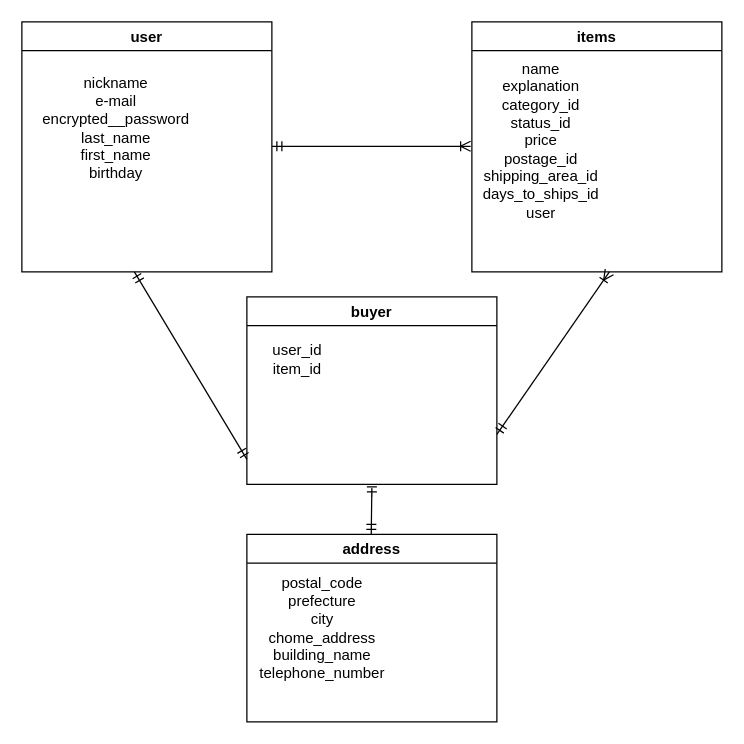
The draw.io diagram DB.dio in Tokuzo4/furima-37165, before the edit. Source tidied: cells renumbered, new cells numbered last; positions are measured from the earlier drawing's top-left corner, leaving out a move shared by most shapes. Both pictures are drawn from the tidied source at 125%, with x=0, y=0 at pixel (21, 21).
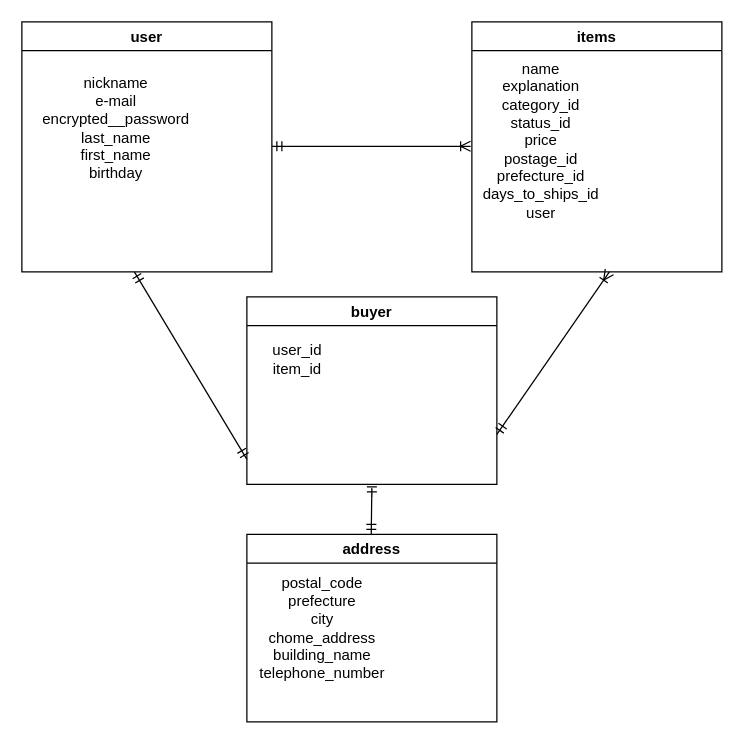
After the change.

Change to the diagram source:
```diff
@@
 <mxGraphModel>
   <root>
     <mxCell id="0" />
     <mxCell id="1" parent="0" />
     <mxCell id="2" value="user" style="swimlane;" parent="1" vertex="1">
       <mxGeometry width="200" height="200" as="geometry" />
     </mxCell>
     <mxCell id="3" value="nickname&lt;br&gt;e-mail&lt;br&gt;encrypted__password&lt;br&gt;last_name&lt;br&gt;first_name&lt;br&gt;birthday" style="text;html=1;align=center;verticalAlign=middle;fillColor=none;strokeColor=none;rounded=0;" parent="2" vertex="1">
       <mxGeometry x="10" y="40" width="130" height="90" as="geometry" />
     </mxCell>
     <mxCell id="4" value="items" style="swimlane;" parent="1" vertex="1">
       <mxGeometry x="360" width="200" height="200" as="geometry" />
     </mxCell>
-    <mxCell id="5" value="name&lt;br&gt;explanation&lt;br&gt;category_id&lt;br&gt;status_id&lt;br&gt;price&lt;br&gt;postage_id&lt;br&gt;shipping_area_id&lt;br&gt;days_to_ships_id&lt;br&gt;user" style="text;html=1;align=center;verticalAlign=middle;fillColor=none;strokeColor=none;rounded=0;" parent="4" vertex="1">
+    <mxCell id="5" value="name&lt;br&gt;explanation&lt;br&gt;category_id&lt;br&gt;status_id&lt;br&gt;price&lt;br&gt;postage_id&lt;br&gt;prefecture_id&lt;br&gt;days_to_ships_id&lt;br&gt;user" style="text;html=1;align=center;verticalAlign=middle;fillColor=none;strokeColor=none;rounded=0;" parent="4" vertex="1">
       <mxGeometry y="30" width="110" height="130" as="geometry" />
     </mxCell>
     <mxCell id="6" style="edgeStyle=entityRelationEdgeStyle;fontSize=12;html=1;endArrow=ERoneToMany;startArrow=ERmandOne;" parent="1" edge="1">
       <mxGeometry relative="1" as="geometry">
         <mxPoint x="200" y="99.5" as="sourcePoint" />
         <mxPoint x="359" y="99.5" as="targetPoint" />
       </mxGeometry>
     </mxCell>
     <mxCell id="7" value="buyer" style="swimlane;" parent="1" vertex="1">
       <mxGeometry x="180" y="220" width="200" height="150" as="geometry" />
     </mxCell>
     <mxCell id="8" value="user_id&lt;br&gt;item_id" style="text;html=1;align=center;verticalAlign=middle;fillColor=none;strokeColor=none;rounded=0;" parent="7" vertex="1">
       <mxGeometry x="15" y="35" width="50" height="30" as="geometry" />
     </mxCell>
     <mxCell id="9" style="fontSize=12;html=1;endArrow=ERoneToMany;startArrow=ERmandOne;" parent="1" edge="1">
       <mxGeometry relative="1" as="geometry">
         <mxPoint x="380" y="330" as="sourcePoint" />
         <mxPoint x="470" y="200" as="targetPoint" />
       </mxGeometry>
     </mxCell>
     <mxCell id="10" style="fontSize=12;html=1;endArrow=ERmandOne;startArrow=ERmandOne;" parent="1" edge="1">
       <mxGeometry relative="1" as="geometry">
         <mxPoint x="180" y="350" as="sourcePoint" />
         <mxPoint x="90" y="200" as="targetPoint" />
       </mxGeometry>
     </mxCell>
     <mxCell id="11" value="address" style="swimlane;" parent="1" vertex="1">
       <mxGeometry x="180" y="410" width="200" height="150" as="geometry" />
     </mxCell>
     <mxCell id="12" value="postal_code&lt;br&gt;prefecture&lt;br&gt;city&lt;br&gt;chome_address&lt;br&gt;building_name&lt;br&gt;telephone_number" style="text;html=1;align=center;verticalAlign=middle;fillColor=none;strokeColor=none;rounded=0;" parent="11" vertex="1">
       <mxGeometry y="30" width="120" height="90" as="geometry" />
     </mxCell>
     <mxCell id="13" style="fontSize=12;html=1;endArrow=ERmandOne;startArrow=ERmandOne;" parent="1" edge="1">
       <mxGeometry relative="1" as="geometry">
         <mxPoint x="279.5" y="410" as="sourcePoint" />
         <mxPoint x="280" y="380" as="targetPoint" />
         <Array as="points">
           <mxPoint x="280" y="370" />
         </Array>
       </mxGeometry>
     </mxCell>
   </root>
 </mxGraphModel>
```
